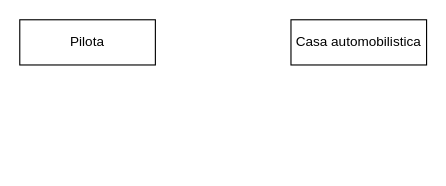
James2-2/informatica-2025-2026 keeps this draw.io diagram as Campionato_Automobilistico.drawio. Above is the earlier version. Source tidied: cells renumbered, new cells numbered last; positions are measured from the earlier drawing's top-left corner, leaving out a move shared by most shapes. Both pictures are drawn from the tidied source at 113%, with x=0, y=0 at pixel (19, 19).
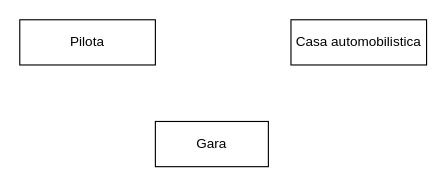
After the change.

Change to the diagram source:
```diff
@@
 <mxGraphModel>
   <root>
     <mxCell id="0" />
     <mxCell id="1" parent="0" />
     <mxCell id="2" value="Pilota" style="whiteSpace=wrap;html=1;align=center;" parent="1" vertex="1">
       <mxGeometry width="120" height="40" as="geometry" />
     </mxCell>
     <mxCell id="3" value="Casa automobilistica" style="whiteSpace=wrap;html=1;align=center;" parent="1" vertex="1">
       <mxGeometry x="240" width="120" height="40" as="geometry" />
     </mxCell>
+    <mxCell id="4" value="Gara" style="whiteSpace=wrap;html=1;align=center;" parent="1" vertex="1">
+      <mxGeometry x="120" y="90" width="100" height="40" as="geometry" />
+    </mxCell>
   </root>
 </mxGraphModel>
```
